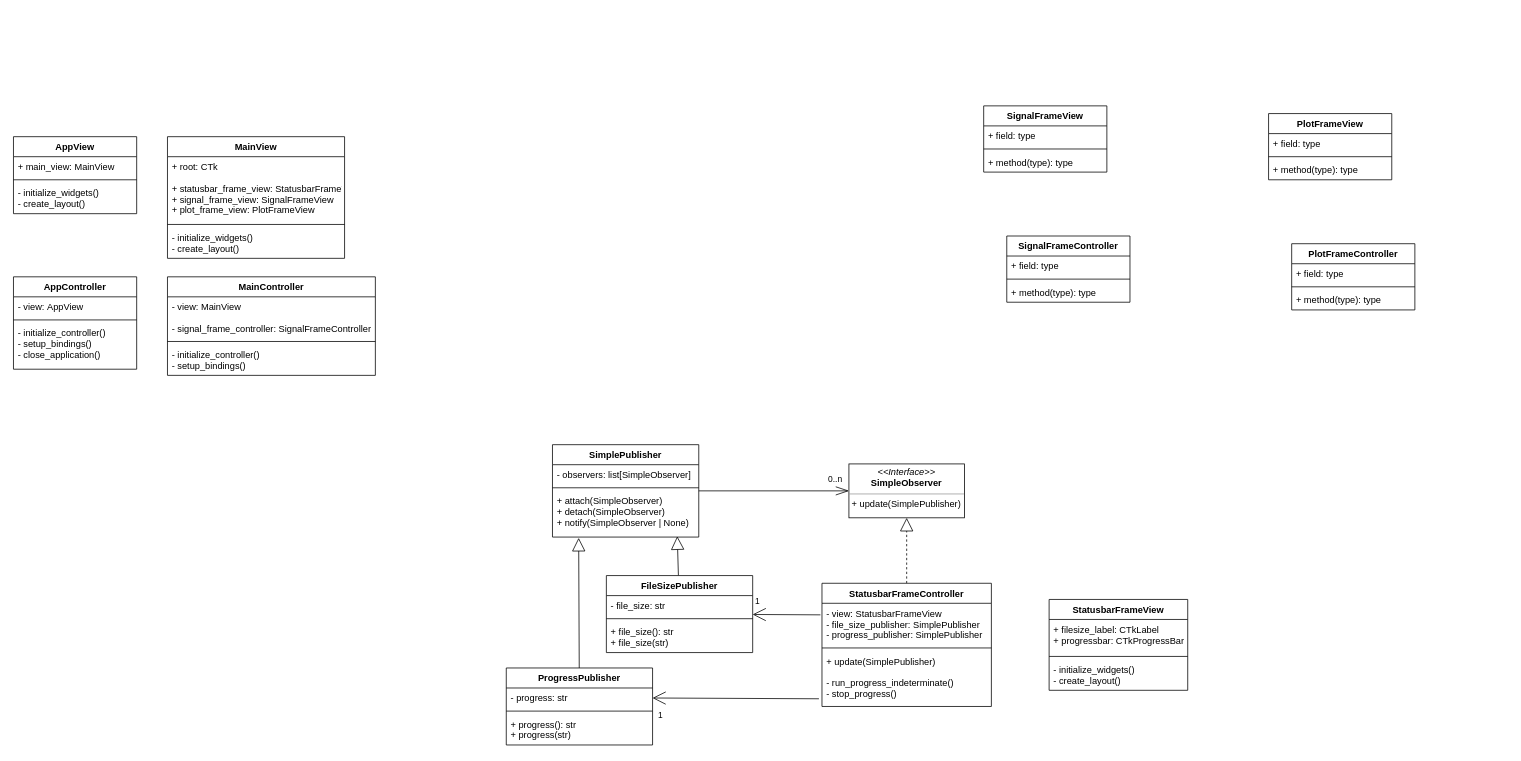
Before: UML.drawio in SamerKharabish/CSVision, a draw.io diagram. Source tidied: cells renumbered, new cells numbered last; positions are measured from the earlier drawing's top-left corner, leaving out a move shared by most shapes. Both pictures are drawn from the tidied source at 77%, with x=0, y=0 at pixel (13, 105).
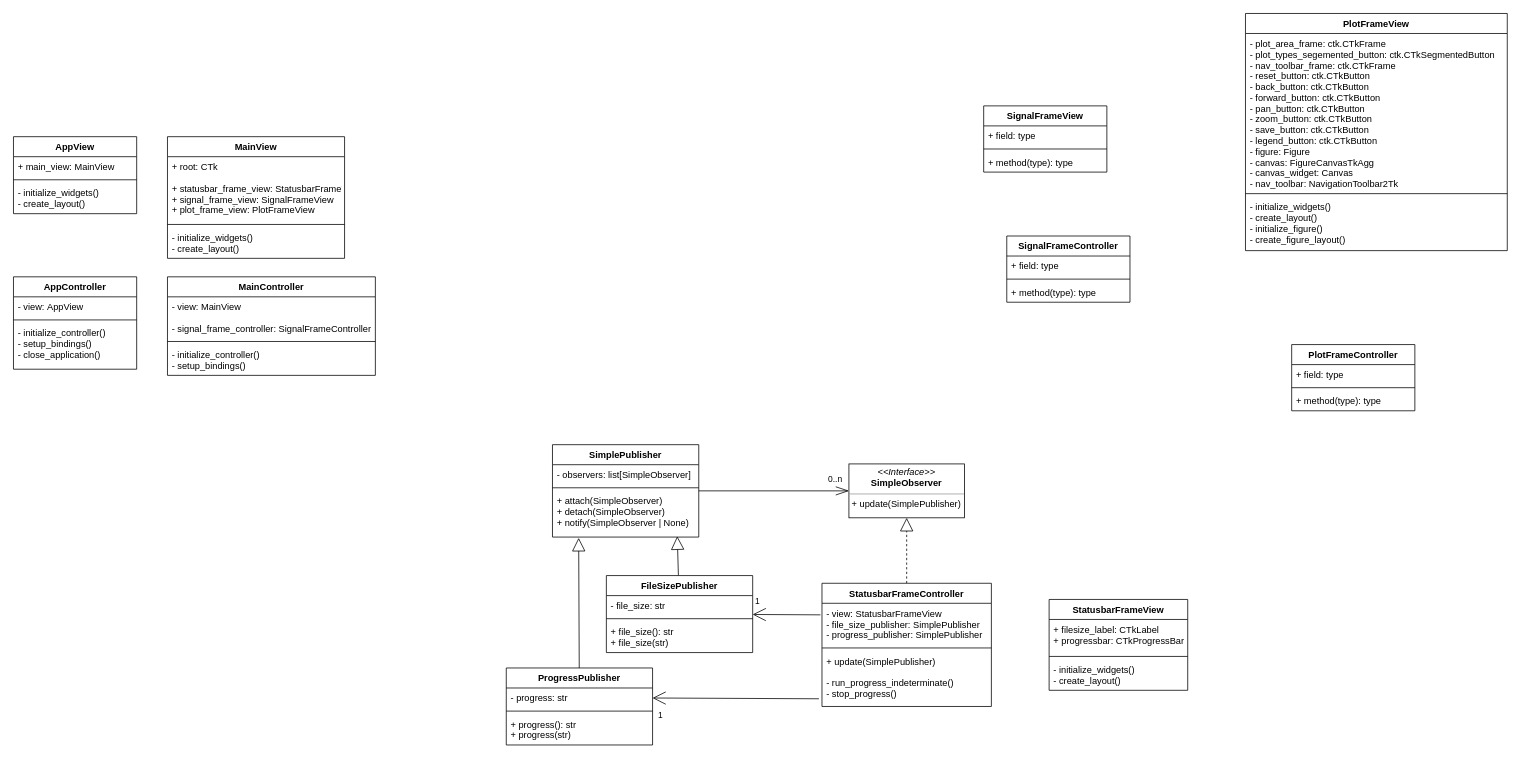
After the change.

What changed in the source:
```diff
@@
     <mxCell id="6" value="PlotFrameController" style="swimlane;fontStyle=1;align=center;verticalAlign=top;horizontal=1;startSize=26;rounded=0;" parent="1" vertex="1">
-      <mxGeometry x="1660" y="179" width="160" height="86" as="geometry" />
+      <mxGeometry x="1660" y="310" width="160" height="86" as="geometry" />
     </mxCell>
@@
     <mxCell id="23" value="PlotFrameView" style="swimlane;fontStyle=1;align=center;verticalAlign=top;horizontal=1;startSize=26;rounded=0;" parent="1" vertex="1">
-      <mxGeometry x="1630" y="10" width="160" height="86" as="geometry" />
+      <mxGeometry x="1600" y="-120" width="340" height="308" as="geometry" />
     </mxCell>
-    <mxCell id="24" value="+ field: type" style="text;strokeColor=none;fillColor=none;align=left;verticalAlign=top;spacingLeft=4;spacingRight=4;overflow=hidden;rounded=0;" parent="23" vertex="1">
-      <mxGeometry y="26" width="160" height="26" as="geometry" />
+    <mxCell id="24" value="- plot_area_frame: ctk.CTkFrame&#10;- plot_types_segemented_button: ctk.CTkSegmentedButton&#10;- nav_toolbar_frame: ctk.CTkFrame&#10;- reset_button: ctk.CTkButton&#10;- back_button: ctk.CTkButton&#10;- forward_button: ctk.CTkButton&#10;- pan_button: ctk.CTkButton&#10;- zoom_button: ctk.CTkButton&#10;- save_button: ctk.CTkButton&#10;- legend_button: ctk.CTkButton&#10;- figure: Figure&#10;- canvas: FigureCanvasTkAgg&#10;- canvas_widget: Canvas&#10;- nav_toolbar: NavigationToolbar2Tk" style="text;strokeColor=none;fillColor=none;align=left;verticalAlign=top;spacingLeft=4;spacingRight=4;overflow=hidden;rounded=0;" parent="23" vertex="1">
+      <mxGeometry y="26" width="340" height="204" as="geometry" />
     </mxCell>
     <mxCell id="25" style="line;strokeWidth=1;fillColor=none;align=left;verticalAlign=middle;spacingTop=-1;spacingLeft=3;spacingRight=3;labelPosition=right;strokeColor=inherit;rounded=0;" parent="23" vertex="1">
-      <mxGeometry y="52" width="160" height="8" as="geometry" />
+      <mxGeometry y="230" width="340" height="8" as="geometry" />
     </mxCell>
-    <mxCell id="26" value="+ method(type): type" style="text;strokeColor=none;fillColor=none;align=left;verticalAlign=top;spacingLeft=4;spacingRight=4;overflow=hidden;rounded=0;" parent="23" vertex="1">
-      <mxGeometry y="60" width="160" height="26" as="geometry" />
+    <mxCell id="26" value="- initialize_widgets()&#10;- create_layout()&#10;- initialize_figure()&#10;- create_figure_layout()" style="text;strokeColor=none;fillColor=none;align=left;verticalAlign=top;spacingLeft=4;spacingRight=4;overflow=hidden;rounded=0;" parent="23" vertex="1">
+      <mxGeometry y="238" width="340" height="70" as="geometry" />
     </mxCell>
```
